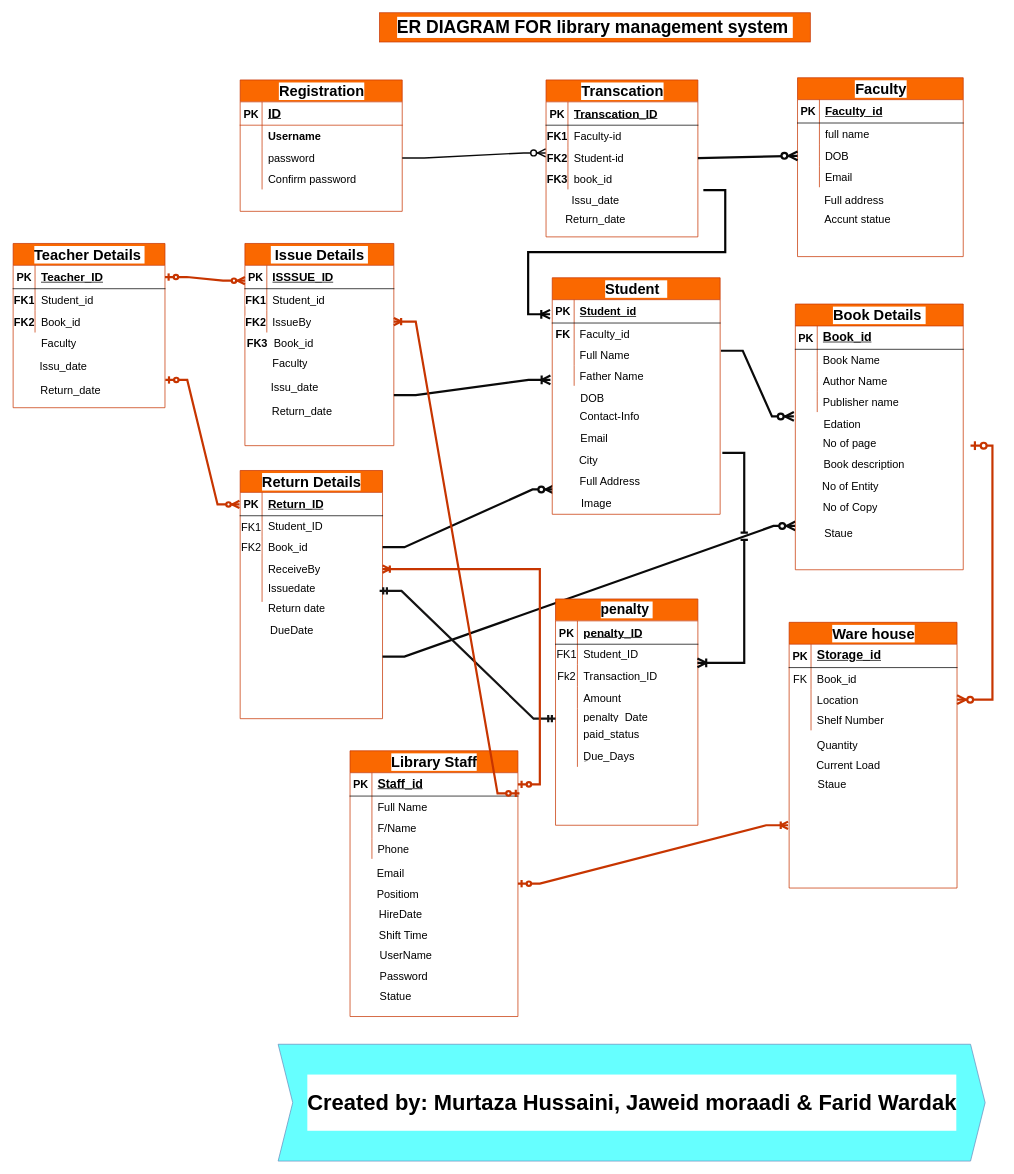
Above: ER-Diagram-Library-management-System.drawio in hussaini021/Library_management (draw.io), before the change. Source tidied: cells renumbered, new cells numbered last; positions are measured from the earlier drawing's top-left corner, leaving out a move shared by most shapes. Both pictures are drawn from the tidied source at 73%, with x=0, y=0 at pixel (12, 12).
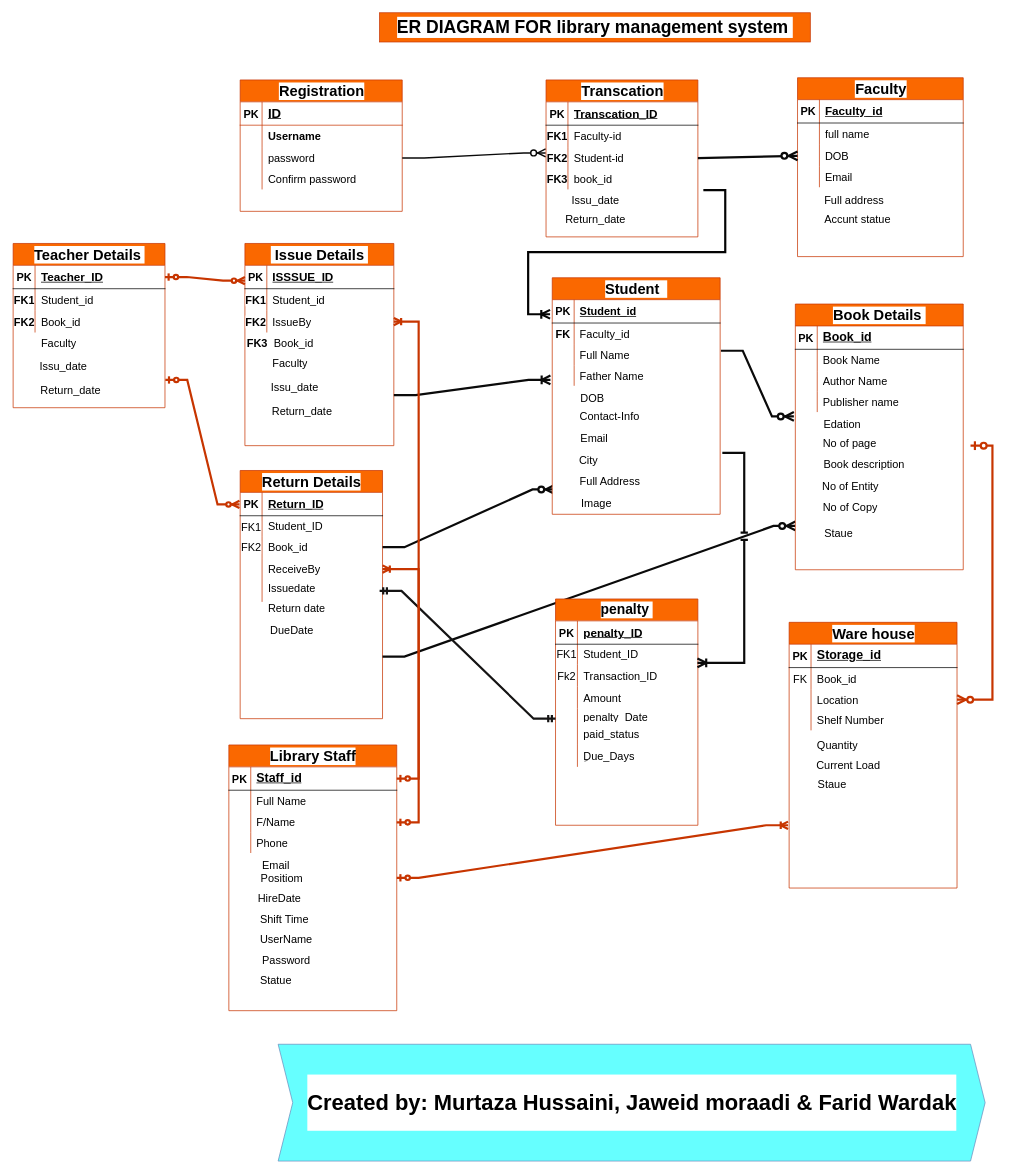
Above is the later version.

Unchanged cells that the change refers to:
```xml
<mxCell id="78" style="shape=tableRow;horizontal=0;startSize=0;swimlaneHead=0;swimlaneBody=0;fillColor=none;points=[[0,0.5],[1,0.5]];portConstraint=eastwest;top=0;left=0;right=0;bottom=0;labelBackgroundColor=#FFFFFF;fontSize=15;" parent="71" vertex="1">
  <mxGeometry y="92" width="204" height="30" as="geometry" />
</mxCell>
<mxCell id="190" style="shape=tableRow;horizontal=0;startSize=0;swimlaneHead=0;swimlaneBody=0;fillColor=none;points=[[0,0.5],[1,0.5]];portConstraint=eastwest;top=0;left=0;right=0;bottom=1;labelBackgroundColor=#FFFFFF;fontSize=15;" parent="189" vertex="1">
  <mxGeometry y="30" width="230" height="32" as="geometry" />
</mxCell>
<mxCell id="196" style="shape=tableRow;horizontal=0;startSize=0;swimlaneHead=0;swimlaneBody=0;fillColor=none;points=[[0,0.5],[1,0.5]];portConstraint=eastwest;top=0;left=0;right=0;bottom=0;labelBackgroundColor=#FFFFFF;fontSize=15;" parent="189" vertex="1">
  <mxGeometry y="92" width="230" height="28" as="geometry" />
</mxCell>
```

Change to the diagram source:
```diff
@@
     <mxCell id="189" value="&lt;font style=&quot;font-size: 20px;&quot;&gt;Library Staff&lt;/font&gt;" style="shape=table;startSize=30;childLayout=tableLayout;rowLines=0;fontStyle=1;align=center;html=1;labelBackgroundColor=#FFFFFF;swimlaneFillColor=default;fontSize=15;fillColor=#fa6800;fontColor=#000000;strokeColor=#C73500;" parent="1" vertex="1">
-      <mxGeometry x="462" y="1011" width="230" height="364" as="geometry" />
+      <mxGeometry x="296" y="1003" width="230" height="364" as="geometry" />
     </mxCell>
@@
     <mxCell id="202" value="Email" style="shape=partialRectangle;fillColor=none;top=0;left=0;bottom=0;right=0;align=left;spacingLeft=6;overflow=hidden;whiteSpace=wrap;html=1;labelBackgroundColor=#FFFFFF;fontSize=15;" parent="1" vertex="1">
-      <mxGeometry x="491" y="1165" width="178" height="28" as="geometry" />
+      <mxGeometry x="334" y="1153" width="178" height="28" as="geometry" />
     </mxCell>
     <mxCell id="203" value="Positiom" style="shape=partialRectangle;fillColor=none;top=0;left=0;bottom=0;right=0;align=left;spacingLeft=6;overflow=hidden;whiteSpace=wrap;html=1;labelBackgroundColor=#FFFFFF;fontSize=15;" parent="1" vertex="1">
-      <mxGeometry x="491" y="1193" width="178" height="28" as="geometry" />
+      <mxGeometry x="332" y="1171" width="178" height="28" as="geometry" />
     </mxCell>
     <mxCell id="204" value="HireDate" style="shape=partialRectangle;fillColor=none;top=0;left=0;bottom=0;right=0;align=left;spacingLeft=6;overflow=hidden;whiteSpace=wrap;html=1;labelBackgroundColor=#FFFFFF;fontSize=15;" parent="1" vertex="1">
-      <mxGeometry x="493.5" y="1221" width="178" height="28" as="geometry" />
+      <mxGeometry x="327.5" y="1199" width="178" height="28" as="geometry" />
     </mxCell>
     <mxCell id="205" value="Shift Time" style="shape=partialRectangle;fillColor=none;top=0;left=0;bottom=0;right=0;align=left;spacingLeft=6;overflow=hidden;whiteSpace=wrap;html=1;labelBackgroundColor=#FFFFFF;fontSize=15;" parent="1" vertex="1">
-      <mxGeometry x="493.5" y="1249" width="178" height="28" as="geometry" />
+      <mxGeometry x="331" y="1227" width="178" height="28" as="geometry" />
     </mxCell>
     <mxCell id="206" value="UserName" style="shape=partialRectangle;fillColor=none;top=0;left=0;bottom=0;right=0;align=left;spacingLeft=6;overflow=hidden;whiteSpace=wrap;html=1;labelBackgroundColor=#FFFFFF;fontSize=15;" parent="1" vertex="1">
-      <mxGeometry x="495" y="1277" width="178" height="28" as="geometry" />
+      <mxGeometry x="331" y="1255" width="178" height="28" as="geometry" />
     </mxCell>
     <mxCell id="207" value="Password" style="shape=partialRectangle;fillColor=none;top=0;left=0;bottom=0;right=0;align=left;spacingLeft=6;overflow=hidden;whiteSpace=wrap;html=1;labelBackgroundColor=#FFFFFF;fontSize=15;" parent="1" vertex="1">
-      <mxGeometry x="495" y="1305" width="178" height="28" as="geometry" />
+      <mxGeometry x="334" y="1283" width="178" height="28" as="geometry" />
     </mxCell>
     <mxCell id="208" value="Statue" style="shape=partialRectangle;fillColor=none;top=0;left=0;bottom=0;right=0;align=left;spacingLeft=6;overflow=hidden;whiteSpace=wrap;html=1;labelBackgroundColor=#FFFFFF;fontSize=15;" parent="1" vertex="1">
-      <mxGeometry x="495" y="1333" width="178" height="28" as="geometry" />
+      <mxGeometry x="331" y="1311" width="178" height="28" as="geometry" />
     </mxCell>
@@
-    <mxCell id="210" style="edgeStyle=entityRelationEdgeStyle;fontSize=12;html=1;endArrow=ERoneToMany;startArrow=ERzeroToOne;rounded=0;exitX=1.009;exitY=0.885;exitDx=0;exitDy=0;exitPerimeter=0;entryX=1;entryY=0.5;entryDx=0;entryDy=0;strokeWidth=3;fillColor=#fa6800;strokeColor=#C73500;" parent="1" edge="1" source="190" target="78">
+    <mxCell id="210" style="edgeStyle=entityRelationEdgeStyle;fontSize=12;html=1;endArrow=ERoneToMany;startArrow=ERzeroToOne;rounded=0;entryX=1;entryY=0.5;entryDx=0;entryDy=0;strokeWidth=3;fillColor=#fa6800;strokeColor=#C73500;" parent="1" edge="1" source="196" target="78">
       <mxGeometry relative="1" as="geometry">
         <Array as="points">
           <mxPoint x="472" y="1013" />
           <mxPoint x="552" y="914" />
         </Array>
       </mxGeometry>
     </mxCell>
```
